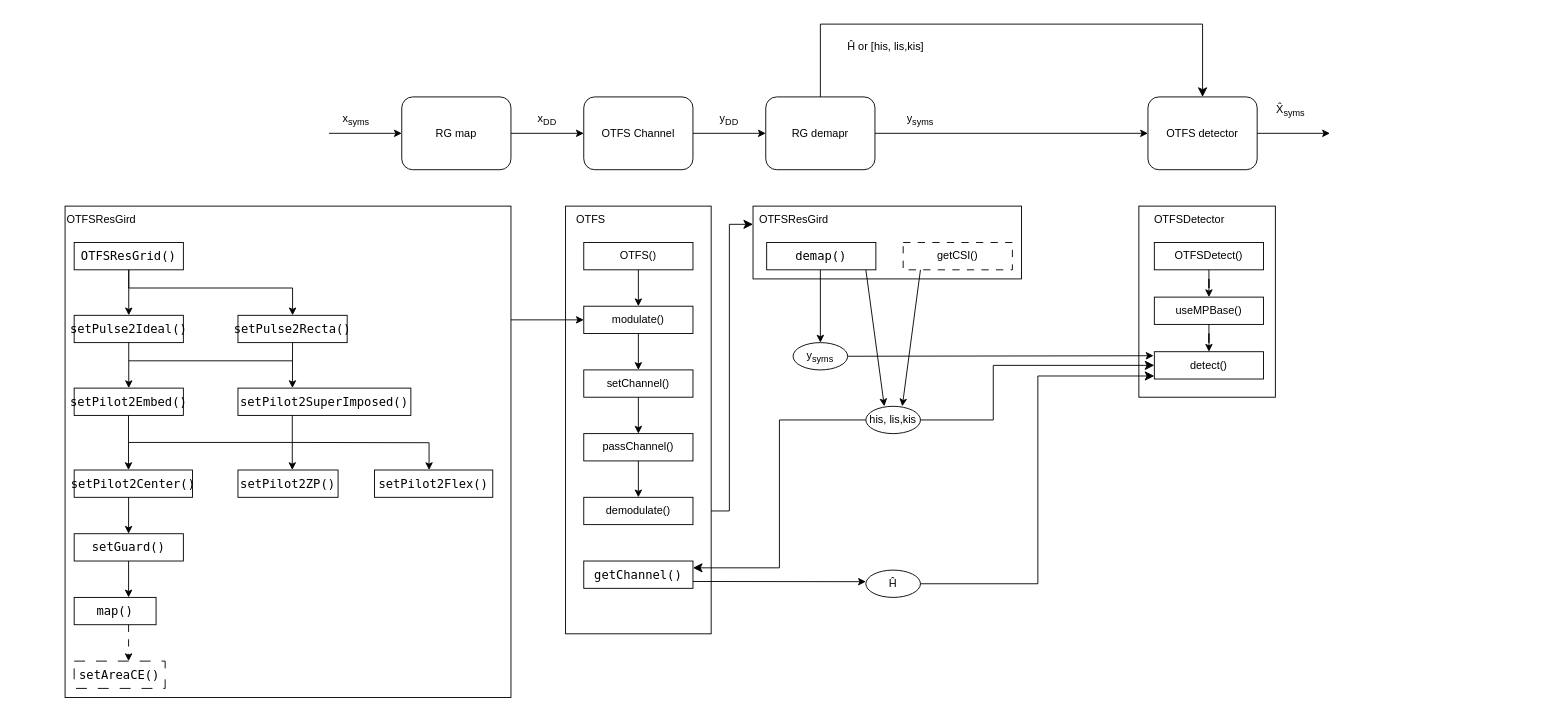
whatshow/Phy_Mod_OTFS keeps this draw.io diagram as Img/system_model.drawio. Above is the earlier version. Source tidied: cells renumbered, new cells numbered last; positions are measured from the earlier drawing's top-left corner, leaving out a move shared by most shapes. Both pictures are drawn from the tidied source at 91%, with x=0, y=0 at pixel (65, 24).
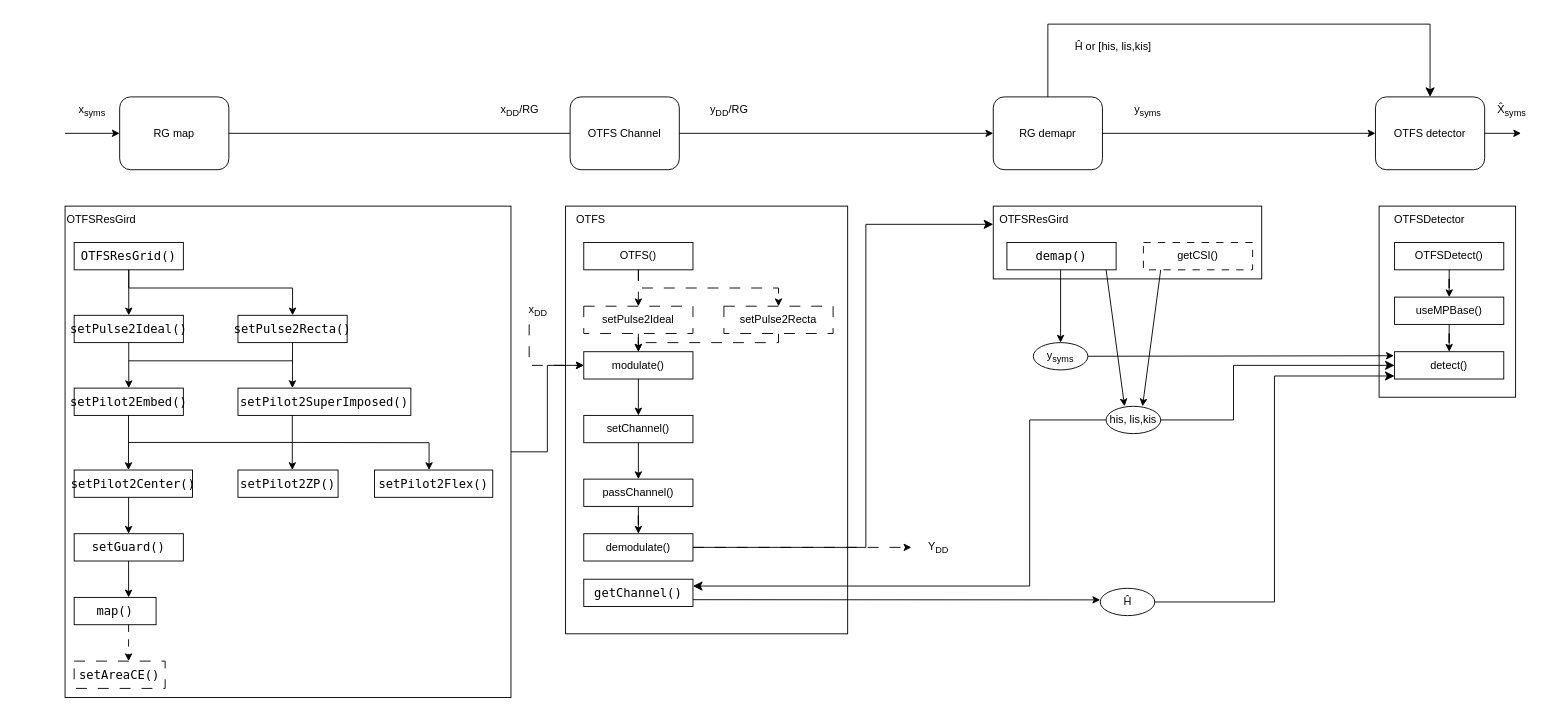
After the change.

The change refers to these unchanged cells:
```xml
<mxCell id="18" style="rounded=0;whiteSpace=wrap;html=1;fillColor=default;" parent="17" vertex="1">
  <mxGeometry width="295" height="80" as="geometry" />
</mxCell>
<mxCell id="29" value="detect()" style="rounded=0;whiteSpace=wrap;html=1;fillColor=default;" parent="23" vertex="1">
  <mxGeometry x="17" y="160" width="120" height="30" as="geometry" />
</mxCell>
<mxCell id="37" value="OTFS()" style="rounded=0;whiteSpace=wrap;html=1;fillColor=default;" parent="1" vertex="1">
  <mxGeometry x="570" y="240" width="120" height="30" as="geometry" />
</mxCell>
<mxCell id="57" style="rounded=0;whiteSpace=wrap;html=1;fillColor=default;" parent="56" vertex="1">
  <mxGeometry width="490" height="540" as="geometry" />
</mxCell>
```

Change to the diagram source:
```diff
@@
     <mxCell id="2" value="RG map" style="rounded=1;whiteSpace=wrap;html=1;" parent="1" vertex="1">
-      <mxGeometry x="370" y="80" width="120" height="80" as="geometry" />
+      <mxGeometry x="60" y="80" width="120" height="80" as="geometry" />
     </mxCell>
     <mxCell id="3" style="endArrow=classic;html=1;rounded=0;entryX=0;entryY=0.5;entryDx=0;entryDy=0;" parent="1" edge="1" target="2">
       <mxGeometry relative="1" as="geometry">
-        <mxPoint x="290" y="120" as="sourcePoint" />
+        <mxPoint y="120" as="sourcePoint" />
       </mxGeometry>
     </mxCell>
     <mxCell id="4" value="x&lt;sub&gt;syms&lt;/sub&gt;" style="text;html=1;strokeColor=none;fillColor=none;align=center;verticalAlign=middle;whiteSpace=wrap;rounded=0;" parent="1" vertex="1">
-      <mxGeometry x="290" y="90" width="60" height="30" as="geometry" />
+      <mxGeometry y="80" width="60" height="30" as="geometry" />
     </mxCell>
@@
     <mxCell id="6" value="OTFS Channel" style="rounded=1;whiteSpace=wrap;html=1;" parent="1" vertex="1">
-      <mxGeometry x="570" y="80" width="120" height="80" as="geometry" />
+      <mxGeometry x="555" y="80" width="120" height="80" as="geometry" />
     </mxCell>
-    <mxCell id="7" value="x&lt;sub&gt;DD&lt;/sub&gt;" style="text;html=1;strokeColor=none;fillColor=none;align=center;verticalAlign=middle;whiteSpace=wrap;rounded=0;" parent="1" vertex="1">
-      <mxGeometry x="500" y="90" width="60" height="30" as="geometry" />
+    <mxCell id="7" value="x&lt;sub&gt;DD&lt;/sub&gt;/RG" style="text;html=1;strokeColor=none;fillColor=none;align=center;verticalAlign=middle;whiteSpace=wrap;rounded=0;" parent="1" vertex="1">
+      <mxGeometry x="470" y="80" width="60" height="30" as="geometry" />
     </mxCell>
     <mxCell id="8" value="RG demapr" style="rounded=1;whiteSpace=wrap;html=1;" parent="1" vertex="1">
-      <mxGeometry x="770" y="80" width="120" height="80" as="geometry" />
+      <mxGeometry x="1020" y="80" width="120" height="80" as="geometry" />
     </mxCell>
@@
-    <mxCell id="10" value="y&lt;sub&gt;DD&lt;/sub&gt;" style="text;html=1;strokeColor=none;fillColor=none;align=center;verticalAlign=middle;whiteSpace=wrap;rounded=0;" parent="1" vertex="1">
-      <mxGeometry x="700" y="90" width="60" height="30" as="geometry" />
+    <mxCell id="10" value="y&lt;sub&gt;DD&lt;/sub&gt;/RG" style="text;html=1;strokeColor=none;fillColor=none;align=center;verticalAlign=middle;whiteSpace=wrap;rounded=0;" parent="1" vertex="1">
+      <mxGeometry x="700" y="80" width="60" height="30" as="geometry" />
     </mxCell>
     <mxCell id="11" value="OTFS detector" style="rounded=1;whiteSpace=wrap;html=1;" parent="1" vertex="1">
-      <mxGeometry x="1190" y="80" width="120" height="80" as="geometry" />
+      <mxGeometry x="1440" y="80" width="120" height="80" as="geometry" />
     </mxCell>
@@
     <mxCell id="13" style="edgeStyle=elbowEdgeStyle;elbow=vertical;endArrow=classic;html=1;curved=0;rounded=0;endSize=8;startSize=8;exitX=0.5;exitY=0;exitDx=0;exitDy=0;entryX=0.5;entryY=0;entryDx=0;entryDy=0;" parent="1" edge="1" source="8" target="11">
       <mxGeometry relative="1" as="geometry">
         <Array as="points">
-          <mxPoint x="930" />
+          <mxPoint x="1180" />
         </Array>
       </mxGeometry>
     </mxCell>
     <mxCell id="14" value="Ĥ or [his, lis,kis]" style="text;html=1;strokeColor=none;fillColor=none;align=center;verticalAlign=middle;whiteSpace=wrap;rounded=0;" parent="1" vertex="1">
-      <mxGeometry x="844" y="10" width="116" height="30" as="geometry" />
+      <mxGeometry x="1094" y="10" width="116" height="30" as="geometry" />
     </mxCell>
     <mxCell id="15" value="X̂&lt;sub&gt;syms&lt;/sub&gt;" style="text;html=1;strokeColor=none;fillColor=none;align=center;verticalAlign=middle;whiteSpace=wrap;rounded=0;" parent="1" vertex="1">
-      <mxGeometry x="1317" y="80" width="60" height="30" as="geometry" />
+      <mxGeometry x="1560" y="80" width="60" height="30" as="geometry" />
     </mxCell>
-    <mxCell id="16" style="endArrow=classic;html=1;rounded=0;exitX=1;exitY=0.5;exitDx=0;exitDy=0;entryX=0;entryY=0.5;entryDx=0;entryDy=0;" parent="1" edge="1">
+    <mxCell id="16" style="endArrow=classic;html=1;rounded=0;exitX=1;exitY=0.5;exitDx=0;exitDy=0;" parent="1" edge="1">
       <mxGeometry relative="1" as="geometry">
-        <mxPoint x="1310" y="120" as="sourcePoint" />
-        <mxPoint x="1390" y="120" as="targetPoint" />
+        <mxPoint x="1560" y="120" as="sourcePoint" />
+        <mxPoint x="1600" y="120" as="targetPoint" />
       </mxGeometry>
     </mxCell>
     <mxCell id="17" style="group;" parent="1" vertex="1">
-      <mxGeometry x="756" y="200" width="295" height="80" as="geometry" />
+      <mxGeometry x="1020" y="200" width="295" height="80" as="geometry" />
     </mxCell>
@@
-    <mxCell id="22" style="edgeStyle=elbowEdgeStyle;elbow=horizontal;endArrow=classic;html=1;curved=0;rounded=0;endSize=8;startSize=8;exitX=1;exitY=0.5;exitDx=0;exitDy=0;entryX=0;entryY=0.25;entryDx=0;entryDy=0;" parent="1" edge="1" source="44" target="18">
-      <mxGeometry relative="1" as="geometry">
-        <Array as="points">
-          <mxPoint x="730" y="380" />
-        </Array>
-      </mxGeometry>
-    </mxCell>
     <mxCell id="23" style="group;" parent="1" vertex="1">
-      <mxGeometry x="1180" y="200" width="150" height="210" as="geometry" />
+      <mxGeometry x="1444" y="200" width="150" height="210" as="geometry" />
     </mxCell>
@@
     <mxCell id="31" value="y&lt;sub&gt;syms&lt;/sub&gt;" style="text;html=1;strokeColor=none;fillColor=none;align=center;verticalAlign=middle;whiteSpace=wrap;rounded=0;" parent="1" vertex="1">
-      <mxGeometry x="910" y="90" width="60" height="30" as="geometry" />
+      <mxGeometry x="1160" y="80" width="60" height="30" as="geometry" />
     </mxCell>
     <mxCell id="32" style="endArrow=classic;html=1;rounded=0;entryX=0.5;entryY=0;entryDx=0;entryDy=0;" parent="1" edge="1" target="50">
       <mxGeometry relative="1" as="geometry">
-        <mxPoint x="830" y="270" as="sourcePoint" />
+        <mxPoint x="1094" y="270" as="sourcePoint" />
       </mxGeometry>
     </mxCell>
     <mxCell id="33" style="endArrow=classic;html=1;rounded=0;entryX=0.667;entryY=0;entryDx=0;entryDy=0;entryPerimeter=0;" parent="1" edge="1" target="51">
       <mxGeometry relative="1" as="geometry">
-        <mxPoint x="940" y="270" as="sourcePoint" />
+        <mxPoint x="1204" y="270" as="sourcePoint" />
       </mxGeometry>
     </mxCell>
@@
     <mxCell id="35" style="rounded=0;whiteSpace=wrap;html=1;fillColor=default;" parent="1" vertex="1">
-      <mxGeometry x="550" y="200" width="160" height="470" as="geometry" />
+      <mxGeometry x="550" y="200" width="310" height="470" as="geometry" />
     </mxCell>
@@
     <mxCell id="38" value="modulate()" style="rounded=0;whiteSpace=wrap;html=1;fillColor=default;" parent="1" vertex="1">
-      <mxGeometry x="570" y="310" width="120" height="30" as="geometry" />
+      <mxGeometry x="570" y="360" width="120" height="30" as="geometry" />
     </mxCell>
-    <mxCell id="39" style="edgeStyle=orthogonalEdgeStyle;rounded=0;jettySize=auto;html=1;entryX=0.5;entryY=0;entryDx=0;entryDy=0;" parent="1" edge="1" source="37" target="38">
+    <mxCell id="39" style="edgeStyle=orthogonalEdgeStyle;rounded=0;jettySize=auto;html=1;entryX=0.5;entryY=0;entryDx=0;entryDy=0;dashed=1;dashPattern=12 12;" parent="1" edge="1" source="37" target="85">
       <mxGeometry relative="1" as="geometry" />
     </mxCell>
     <mxCell id="40" value="setChannel()" style="rounded=0;whiteSpace=wrap;html=1;fillColor=default;" parent="1" vertex="1">
-      <mxGeometry x="570" y="380" width="120" height="30" as="geometry" />
+      <mxGeometry x="570" y="430" width="120" height="30" as="geometry" />
     </mxCell>
@@
     <mxCell id="42" value="passChannel()" style="rounded=0;whiteSpace=wrap;html=1;fillColor=default;" parent="1" vertex="1">
-      <mxGeometry x="570" y="450" width="120" height="30" as="geometry" />
+      <mxGeometry x="570" y="500" width="120" height="30" as="geometry" />
     </mxCell>
@@
+    <mxCell id="83" style="edgeStyle=orthogonalEdgeStyle;rounded=0;jettySize=auto;html=1;dashed=1;dashPattern=12 12;" parent="1" edge="1" source="44">
+      <mxGeometry relative="1" as="geometry">
+        <mxPoint x="930" y="575" as="targetPoint" />
+      </mxGeometry>
+    </mxCell>
     <mxCell id="44" value="demodulate()" style="rounded=0;whiteSpace=wrap;html=1;fillColor=default;" parent="1" vertex="1">
-      <mxGeometry x="570" y="520" width="120" height="30" as="geometry" />
+      <mxGeometry x="570" y="560" width="120" height="30" as="geometry" />
     </mxCell>
@@
     <mxCell id="46" value="&lt;div style=&quot;padding: 30px; font-size: medium; text-align: start;&quot; class=&quot;rtcContent&quot;&gt;&lt;div style=&quot;font-size: 10pt; font-family: Menlo, Monaco, Consolas, &amp;quot;Courier New&amp;quot;, monospace;&quot; class=&quot;lineNode&quot;&gt;getChannel()&lt;/div&gt;&lt;/div&gt;" style="rounded=0;whiteSpace=wrap;html=1;fillColor=default;" parent="1" vertex="1">
-      <mxGeometry x="570" y="590" width="120" height="30" as="geometry" />
+      <mxGeometry x="570" y="610" width="120" height="30" as="geometry" />
     </mxCell>
     <mxCell id="47" style="endArrow=classic;html=1;rounded=0;entryX=0.338;entryY=-0.002;entryDx=0;entryDy=0;entryPerimeter=0;" parent="1" edge="1" target="51">
       <mxGeometry relative="1" as="geometry">
-        <mxPoint x="880" y="270" as="sourcePoint" />
+        <mxPoint x="1144" y="270" as="sourcePoint" />
       </mxGeometry>
     </mxCell>
     <mxCell id="48" style="edgeStyle=elbowEdgeStyle;elbow=horizontal;endArrow=classic;html=1;curved=0;rounded=0;endSize=8;startSize=8;exitX=1;exitY=0.5;exitDx=0;exitDy=0;entryX=0;entryY=0.5;entryDx=0;entryDy=0;endFill=1;" parent="1" edge="1" source="51" target="29">
       <mxGeometry relative="1" as="geometry">
         <Array as="points">
-          <mxPoint x="1020" y="400" />
+          <mxPoint x="1284" y="400" />
         </Array>
       </mxGeometry>
     </mxCell>
-    <mxCell id="49" style="edgeStyle=elbowEdgeStyle;elbow=horizontal;endArrow=classic;html=1;curved=0;rounded=0;endSize=8;startSize=8;entryX=1;entryY=0.25;entryDx=0;entryDy=0;" parent="1" edge="1" target="46">
+    <mxCell id="49" style="edgeStyle=elbowEdgeStyle;elbow=horizontal;endArrow=classic;html=1;curved=0;rounded=0;endSize=8;startSize=8;entryX=1;entryY=0.25;entryDx=0;entryDy=0;exitX=0;exitY=0.5;exitDx=0;exitDy=0;" parent="1" edge="1" source="51" target="46">
       <mxGeometry relative="1" as="geometry">
-        <mxPoint x="880" y="435" as="sourcePoint" />
+        <Array as="points">
+          <mxPoint x="1060" y="530" />
+        </Array>
       </mxGeometry>
     </mxCell>
     <mxCell id="50" value="y&lt;sub style=&quot;border-color: var(--border-color);&quot;&gt;syms&lt;/sub&gt;" style="ellipse;whiteSpace=wrap;html=1;fillColor=default;" parent="1" vertex="1">
-      <mxGeometry x="800" y="350" width="60" height="30" as="geometry" />
+      <mxGeometry x="1064" y="350" width="60" height="30" as="geometry" />
     </mxCell>
     <mxCell id="51" value="his, lis,kis" style="ellipse;whiteSpace=wrap;html=1;fillColor=default;" parent="1" vertex="1">
-      <mxGeometry x="880" y="420" width="60" height="30" as="geometry" />
+      <mxGeometry x="1144" y="420" width="60" height="30" as="geometry" />
     </mxCell>
     <mxCell id="52" value="Ĥ" style="ellipse;whiteSpace=wrap;html=1;fillColor=default;" parent="1" vertex="1">
-      <mxGeometry x="880" y="600" width="60" height="30" as="geometry" />
+      <mxGeometry x="1137.5" y="620" width="60" height="30" as="geometry" />
     </mxCell>
@@
-    <mxCell id="55" style="endArrow=classic;html=1;rounded=0;entryX=0;entryY=0.5;entryDx=0;entryDy=0;" parent="1" edge="1" target="38">
-      <mxGeometry relative="1" as="geometry">
-        <mxPoint x="490" y="325" as="sourcePoint" />
-      </mxGeometry>
-    </mxCell>
@@
+    <mxCell id="84" style="edgeStyle=orthogonalEdgeStyle;rounded=0;jettySize=auto;html=1;entryX=0.5;entryY=0;entryDx=0;entryDy=0;dashed=1;dashPattern=12 12;" parent="1" edge="1" source="85" target="38">
+      <mxGeometry relative="1" as="geometry" />
+    </mxCell>
+    <mxCell id="85" value="setPulse2Ideal" style="rounded=0;whiteSpace=wrap;html=1;fillColor=default;dashed=1;dashPattern=12 12;" parent="1" vertex="1">
+      <mxGeometry x="570" y="310" width="120" height="30" as="geometry" />
+    </mxCell>
+    <mxCell id="86" style="edgeStyle=orthogonalEdgeStyle;rounded=0;jettySize=auto;html=1;dashed=1;dashPattern=12 12;" parent="1" edge="1" source="87">
+      <mxGeometry relative="1" as="geometry">
+        <mxPoint x="630" y="360" as="targetPoint" />
+        <Array as="points">
+          <mxPoint x="784" y="350" />
+          <mxPoint x="630" y="350" />
+        </Array>
+      </mxGeometry>
+    </mxCell>
+    <mxCell id="87" value="setPulse2Recta" style="rounded=0;whiteSpace=wrap;html=1;fillColor=default;dashed=1;dashPattern=12 12;" parent="1" vertex="1">
+      <mxGeometry x="724" y="310" width="120" height="30" as="geometry" />
+    </mxCell>
+    <mxCell id="22" style="edgeStyle=elbowEdgeStyle;elbow=horizontal;endArrow=classic;html=1;curved=0;rounded=0;endSize=8;startSize=8;exitX=1;exitY=0.5;exitDx=0;exitDy=0;entryX=0;entryY=0.25;entryDx=0;entryDy=0;" parent="1" edge="1" source="44" target="18">
+      <mxGeometry relative="1" as="geometry">
+        <Array as="points">
+          <mxPoint x="880" y="470" />
+        </Array>
+      </mxGeometry>
+    </mxCell>
+    <mxCell id="88" value="Y&lt;sub&gt;DD&lt;/sub&gt;" style="text;html=1;strokeColor=none;fillColor=none;align=center;verticalAlign=middle;whiteSpace=wrap;rounded=0;" parent="1" vertex="1">
+      <mxGeometry x="930" y="560" width="60" height="30" as="geometry" />
+    </mxCell>
+    <mxCell id="89" style="edgeStyle=orthogonalEdgeStyle;rounded=0;jettySize=auto;html=1;entryX=0;entryY=0.5;entryDx=0;entryDy=0;" parent="1" edge="1" source="57" target="38">
+      <mxGeometry relative="1" as="geometry" />
+    </mxCell>
+    <mxCell id="90" style="edgeStyle=orthogonalEdgeStyle;rounded=0;jettySize=auto;html=1;dashed=1;dashPattern=12 12;entryX=0;entryY=0.5;entryDx=0;entryDy=0;" parent="1" edge="1" source="91" target="38">
+      <mxGeometry relative="1" as="geometry">
+        <Array as="points">
+          <mxPoint x="510" y="375" />
+        </Array>
+      </mxGeometry>
+    </mxCell>
+    <mxCell id="91" value="x&lt;sub&gt;DD&lt;/sub&gt;" style="text;html=1;strokeColor=none;fillColor=none;align=center;verticalAlign=middle;whiteSpace=wrap;rounded=0;" parent="1" vertex="1">
+      <mxGeometry x="490" y="300" width="60" height="30" as="geometry" />
+    </mxCell>
+    <mxCell id="92" style="edgeStyle=orthogonalEdgeStyle;rounded=0;jettySize=auto;html=1;entryX=0.5;entryY=0;entryDx=0;entryDy=0;dashed=1;dashPattern=12 12;" parent="1" edge="1" target="87">
+      <mxGeometry relative="1" as="geometry">
+        <mxPoint x="630" y="270" as="sourcePoint" />
+        <Array as="points">
+          <mxPoint x="630" y="290" />
+          <mxPoint x="784" y="290" />
+        </Array>
+      </mxGeometry>
+    </mxCell>
```
